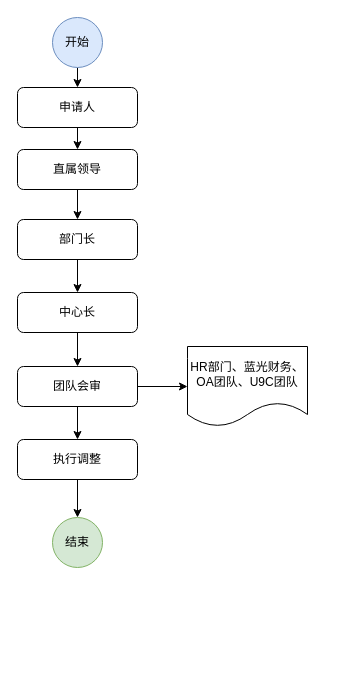
This is 部门调整申请单.drawio from pbm0802/GitIDEATest, a draw.io file, before an edit. Source tidied: cells renumbered, new cells numbered last; positions are measured from the earlier drawing's top-left corner, leaving out a move shared by most shapes. Both pictures are drawn from the tidied source at 100%, with x=0, y=0 at pixel (17, 17).
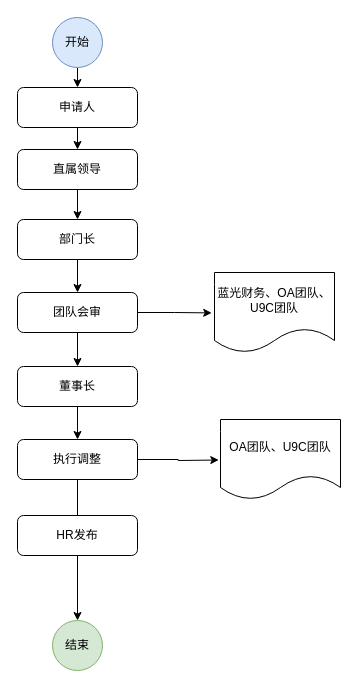
After the change.

Commit message:
更新部门调整申请单.drawio

Unchanged cells that the change refers to:
```xml
<mxCell id="14" value="执行调整" style="rounded=1;whiteSpace=wrap;html=1;fontSize=12;glass=0;strokeWidth=1;shadow=0;" parent="1" vertex="1">
  <mxGeometry y="422" width="120" height="40" as="geometry" />
</mxCell>
```

Diff of the diagram source:
```diff
@@
     <mxCell id="6" value="结束" style="ellipse;whiteSpace=wrap;html=1;fillColor=#d5e8d4;strokeColor=#82b366;" parent="1" vertex="1">
-      <mxGeometry x="35" y="500" width="50" height="50" as="geometry" />
+      <mxGeometry x="35" y="603" width="50" height="50" as="geometry" />
     </mxCell>
@@
-    <mxCell id="10" style="edgeStyle=orthogonalEdgeStyle;rounded=0;jettySize=auto;html=1;exitX=1;exitY=0.5;exitDx=0;exitDy=0;entryX=0;entryY=0.5;entryDx=0;entryDy=0;" parent="1" edge="1" source="11" target="12">
-      <mxGeometry relative="1" as="geometry" />
-    </mxCell>
-    <mxCell id="11" value="团队会审" style="rounded=1;whiteSpace=wrap;html=1;fontSize=12;glass=0;strokeWidth=1;shadow=0;" parent="1" vertex="1">
+    <mxCell id="11" value="董事长" style="rounded=1;whiteSpace=wrap;html=1;fontSize=12;glass=0;strokeWidth=1;shadow=0;" parent="1" vertex="1">
       <mxGeometry y="349" width="120" height="40" as="geometry" />
     </mxCell>
-    <mxCell id="12" value="HR部门、蓝光财务、OA团队、U9C团队" style="shape=document;whiteSpace=wrap;html=1;boundedLbl=1;" parent="1" vertex="1">
-      <mxGeometry x="170" y="329" width="120" height="80" as="geometry" />
+    <mxCell id="12" value="蓝光财务、OA团队、U9C团队" style="shape=document;whiteSpace=wrap;html=1;boundedLbl=1;" parent="1" vertex="1">
+      <mxGeometry x="197" y="255" width="120" height="80" as="geometry" />
     </mxCell>
@@
+    <mxCell id="19" style="edgeStyle=orthogonalEdgeStyle;rounded=0;jettySize=auto;html=1;exitX=1;exitY=0.5;exitDx=0;exitDy=0;" parent="1" edge="1" source="14">
+      <mxGeometry relative="1" as="geometry">
+        <mxPoint x="201.3" y="442.5" as="targetPoint" />
+      </mxGeometry>
+    </mxCell>
@@
+    <mxCell id="20" style="edgeStyle=orthogonalEdgeStyle;rounded=0;jettySize=auto;html=1;exitX=1;exitY=0.5;exitDx=0;exitDy=0;" parent="1" edge="1" source="18">
+      <mxGeometry relative="1" as="geometry">
+        <mxPoint x="194.2" y="295.4" as="targetPoint" />
+      </mxGeometry>
+    </mxCell>
-    <mxCell id="18" value="中心长" style="rounded=1;whiteSpace=wrap;html=1;fontSize=12;glass=0;strokeWidth=1;shadow=0;" parent="1" vertex="1">
+    <mxCell id="18" value="团队会审" style="rounded=1;whiteSpace=wrap;html=1;fontSize=12;glass=0;strokeWidth=1;shadow=0;" parent="1" vertex="1">
       <mxGeometry y="275" width="120" height="40" as="geometry" />
     </mxCell>
+    <mxCell id="21" value="HR发布" style="rounded=1;whiteSpace=wrap;html=1;fontSize=12;glass=0;strokeWidth=1;shadow=0;" parent="1" vertex="1">
+      <mxGeometry y="498" width="120" height="40" as="geometry" />
+    </mxCell>
+    <mxCell id="22" value="OA团队、U9C团队" style="shape=document;whiteSpace=wrap;html=1;boundedLbl=1;" parent="1" vertex="1">
+      <mxGeometry x="203" y="402" width="120" height="80" as="geometry" />
+    </mxCell>
```
